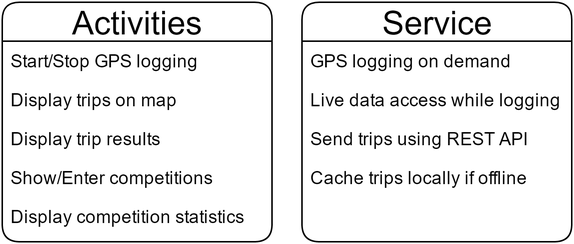
This is Pictures/drivelab_feature_summary.png from JohanGregersen/sw10lastfreakingreport, a draw.io export, as it was before one commit. Source tidied: cells renumbered, new cells last; positions are measured from the earlier drawing's top-left corner, leaving out a move shared by most shapes.
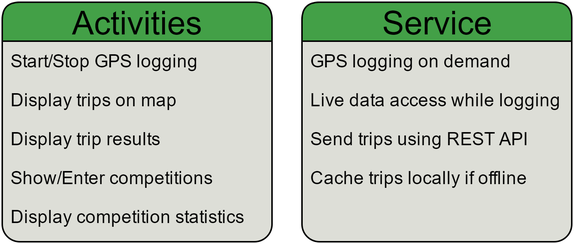
After the change.

What changed in the source:
```diff
@@ -2,7 +2,7 @@
   <root>
     <mxCell id="0" />
     <mxCell id="1" parent="0" />
-    <mxCell id="2" value="Activities" style="swimlane;html=1;fontStyle=0;horizontal=1;startSize=26;fillColor=none;swimlaneFillColor=none;rounded=1;shadow=0;labelBackgroundColor=none;strokeColor=#000000;strokeWidth=1;fontSize=22;fontColor=#000000;align=center;" parent="1" vertex="1">
+    <mxCell id="2" value="Activities" style="swimlane;html=1;fontStyle=0;horizontal=1;startSize=26;fillColor=#43A047;swimlaneFillColor=#DDDED7;rounded=1;shadow=0;labelBackgroundColor=none;strokeColor=#000000;strokeWidth=1;fontSize=22;fontColor=#000000;align=center;" parent="1" vertex="1">
       <mxGeometry width="180" height="160" as="geometry" />
     </mxCell>
     <mxCell id="3" value="Start/Stop GPS logging" style="text;html=1;strokeColor=none;fillColor=none;align=left;verticalAlign=top;spacingLeft=4;spacingRight=4;whiteSpace=wrap;overflow=hidden;" parent="2" vertex="1">
@@ -20,7 +20,22 @@
     <mxCell id="7" value="Display competition statistics" style="text;html=1;strokeColor=none;fillColor=none;align=left;verticalAlign=top;spacingLeft=4;spacingRight=4;whiteSpace=wrap;overflow=hidden;" parent="2" vertex="1">
       <mxGeometry y="130" width="180" height="26" as="geometry" />
     </mxCell>
+    <mxCell id="13" value="Start/Stop GPS logging" style="text;html=1;strokeColor=none;fillColor=none;align=left;verticalAlign=top;spacingLeft=4;spacingRight=4;whiteSpace=wrap;overflow=hidden;" parent="1" vertex="1">
+      <mxGeometry y="26" width="180" height="26" as="geometry" />
+    </mxCell>
+    <mxCell id="14" value="Display trips on map" style="text;html=1;strokeColor=none;fillColor=none;align=left;verticalAlign=top;spacingLeft=4;spacingRight=4;whiteSpace=wrap;overflow=hidden;" parent="1" vertex="1">
+      <mxGeometry y="52" width="180" height="26" as="geometry" />
+    </mxCell>
+    <mxCell id="15" value="Display trip results" style="text;html=1;strokeColor=none;fillColor=none;align=left;verticalAlign=top;spacingLeft=4;spacingRight=4;whiteSpace=wrap;overflow=hidden;" parent="1" vertex="1">
+      <mxGeometry y="78" width="180" height="26" as="geometry" />
+    </mxCell>
+    <mxCell id="16" value="Show/Enter competitions" style="text;html=1;strokeColor=none;fillColor=none;align=left;verticalAlign=top;spacingLeft=4;spacingRight=4;whiteSpace=wrap;overflow=hidden;" parent="1" vertex="1">
+      <mxGeometry y="104" width="180" height="26" as="geometry" />
+    </mxCell>
+    <mxCell id="17" value="Display competition statistics" style="text;html=1;strokeColor=none;fillColor=none;align=left;verticalAlign=top;spacingLeft=4;spacingRight=4;whiteSpace=wrap;overflow=hidden;" parent="1" vertex="1">
+      <mxGeometry y="130" width="180" height="26" as="geometry" />
+    </mxCell>
-    <mxCell id="8" value="Service" style="swimlane;html=1;fontStyle=0;horizontal=1;startSize=26;fillColor=none;swimlaneFillColor=none;rounded=1;shadow=0;labelBackgroundColor=none;strokeColor=#000000;strokeWidth=1;fontSize=22;fontColor=#000000;align=center;" parent="1" vertex="1">
+    <mxCell id="8" value="Service" style="swimlane;html=1;fontStyle=0;horizontal=1;startSize=26;fillColor=#43A047;swimlaneFillColor=#DDDED7;rounded=1;shadow=0;labelBackgroundColor=none;strokeColor=#000000;strokeWidth=1;fontSize=22;fontColor=#000000;align=center;" parent="1" vertex="1">
       <mxGeometry x="200" width="180" height="160" as="geometry" />
     </mxCell>
     <mxCell id="9" value="GPS logging on demand" style="text;html=1;strokeColor=none;fillColor=none;align=left;verticalAlign=top;spacingLeft=4;spacingRight=4;whiteSpace=wrap;overflow=hidden;" parent="8" vertex="1">
@@ -35,5 +50,17 @@
     <mxCell id="12" value="Cache trips locally if offline" style="text;html=1;strokeColor=none;fillColor=none;align=left;verticalAlign=top;spacingLeft=4;spacingRight=4;whiteSpace=wrap;overflow=hidden;" parent="8" vertex="1">
       <mxGeometry y="104" width="180" height="26" as="geometry" />
     </mxCell>
+    <mxCell id="18" value="GPS logging on demand" style="text;html=1;strokeColor=none;fillColor=none;align=left;verticalAlign=top;spacingLeft=4;spacingRight=4;whiteSpace=wrap;overflow=hidden;" parent="1" vertex="1">
+      <mxGeometry x="200" y="26" width="180" height="26" as="geometry" />
+    </mxCell>
+    <mxCell id="19" value="Live data access while logging" style="text;html=1;strokeColor=none;fillColor=none;align=left;verticalAlign=top;spacingLeft=4;spacingRight=4;whiteSpace=wrap;overflow=hidden;" parent="1" vertex="1">
+      <mxGeometry x="200" y="52" width="180" height="26" as="geometry" />
+    </mxCell>
+    <mxCell id="20" value="Send trips using REST API" style="text;html=1;strokeColor=none;fillColor=none;align=left;verticalAlign=top;spacingLeft=4;spacingRight=4;whiteSpace=wrap;overflow=hidden;" parent="1" vertex="1">
+      <mxGeometry x="200" y="78" width="180" height="26" as="geometry" />
+    </mxCell>
+    <mxCell id="21" value="Cache trips locally if offline" style="text;html=1;strokeColor=none;fillColor=none;align=left;verticalAlign=top;spacingLeft=4;spacingRight=4;whiteSpace=wrap;overflow=hidden;" parent="1" vertex="1">
+      <mxGeometry x="200" y="104" width="180" height="26" as="geometry" />
+    </mxCell>
   </root>
 </mxGraphModel>
```
